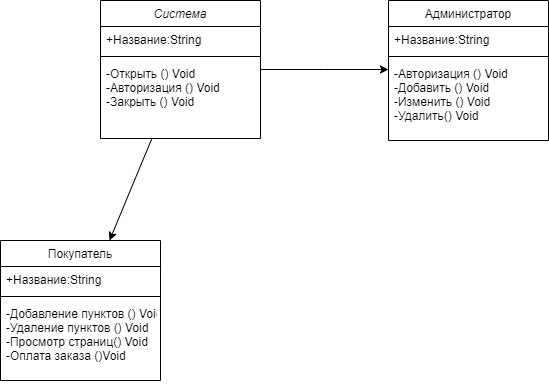
Earlier version of the draw.io export class diagram.png (GnomGrom97/FKC). Source tidied: cells renumbered, new cells last; positions are measured from the earlier drawing's top-left corner, leaving out a move shared by most shapes. The source it was exported from:
```xml
<mxGraphModel>
  <root>
    <mxCell id="0" />
    <mxCell id="1" parent="0" />
    <mxCell id="2" value="Система" style="swimlane;fontStyle=2;align=center;verticalAlign=top;horizontal=1;startSize=26;rounded=0;shadow=0;strokeWidth=1;" parent="1" vertex="1">
      <mxGeometry x="100" width="160" height="138" as="geometry" />
    </mxCell>
    <mxCell id="3" value="+Название:String" style="text;align=left;verticalAlign=top;spacingLeft=4;spacingRight=4;overflow=hidden;" parent="2" vertex="1">
      <mxGeometry y="26" width="160" height="26" as="geometry" />
    </mxCell>
    <mxCell id="4" style="line;html=1;strokeWidth=1;align=left;verticalAlign=middle;spacingTop=-1;spacingLeft=3;spacingRight=3;labelPosition=right;" parent="2" vertex="1">
      <mxGeometry y="52" width="160" height="8" as="geometry" />
    </mxCell>
    <mxCell id="5" value="-Открыть () Void&#10;-Авторизация () Void&#10;-Закрыть () Void" style="text;align=left;verticalAlign=top;spacingLeft=4;spacingRight=4;overflow=hidden;" parent="2" vertex="1">
      <mxGeometry y="60" width="160" height="60" as="geometry" />
    </mxCell>
    <mxCell id="6" value="Покупатель" style="swimlane;fontStyle=0;align=center;verticalAlign=top;horizontal=1;startSize=26;rounded=0;shadow=0;strokeWidth=1;" parent="1" vertex="1">
      <mxGeometry y="240" width="160" height="140" as="geometry" />
    </mxCell>
    <mxCell id="7" value="+Название:String" style="text;align=left;verticalAlign=top;spacingLeft=4;spacingRight=4;overflow=hidden;" parent="6" vertex="1">
      <mxGeometry y="26" width="160" height="26" as="geometry" />
    </mxCell>
    <mxCell id="8" style="line;html=1;strokeWidth=1;align=left;verticalAlign=middle;spacingTop=-1;spacingLeft=3;spacingRight=3;labelPosition=right;" parent="6" vertex="1">
      <mxGeometry y="52" width="160" height="8" as="geometry" />
    </mxCell>
    <mxCell id="9" value="-Добавление пунктов () Void&#10;-Удаление пунктов () Void&#10;-Просмотр страниц() Void&#10;-Оплата заказа ()Void" style="text;align=left;verticalAlign=top;spacingLeft=4;spacingRight=4;overflow=hidden;" parent="6" vertex="1">
      <mxGeometry y="60" width="160" height="80" as="geometry" />
    </mxCell>
    <mxCell id="10" style="endArrow=none;endSize=10;endFill=0;shadow=0;strokeWidth=1;rounded=0;elbow=vertical;sketch=0;jumpStyle=none;startArrow=classic;startFill=1;" parent="1" edge="1" source="6" target="2">
      <mxGeometry relative="1" as="geometry" />
    </mxCell>
    <mxCell id="11" value="Администратор" style="swimlane;fontStyle=0;align=center;verticalAlign=top;horizontal=1;startSize=26;rounded=0;shadow=0;strokeWidth=1;" parent="1" vertex="1">
      <mxGeometry x="388" width="160" height="140" as="geometry" />
    </mxCell>
    <mxCell id="12" value="+Название:String" style="text;align=left;verticalAlign=top;spacingLeft=4;spacingRight=4;overflow=hidden;" parent="11" vertex="1">
      <mxGeometry y="26" width="160" height="26" as="geometry" />
    </mxCell>
    <mxCell id="13" style="line;html=1;strokeWidth=1;align=left;verticalAlign=middle;spacingTop=-1;spacingLeft=3;spacingRight=3;labelPosition=right;" parent="11" vertex="1">
      <mxGeometry y="52" width="160" height="8" as="geometry" />
    </mxCell>
    <mxCell id="14" value="-Авторизация () Void&#10;-Добавить () Void&#10;-Изменить () Void&#10;-Удалить() Void&#10;" style="text;align=left;verticalAlign=top;spacingLeft=4;spacingRight=4;overflow=hidden;" parent="11" vertex="1">
      <mxGeometry y="60" width="160" height="80" as="geometry" />
    </mxCell>
    <mxCell id="15" style="endArrow=classic;shadow=0;strokeWidth=1;rounded=0;endFill=1;edgeStyle=elbowEdgeStyle;elbow=vertical;" parent="1" edge="1" source="2" target="11">
      <mxGeometry x="0.5" y="41" relative="1" as="geometry">
        <mxPoint x="-40" y="32" as="offset" />
      </mxGeometry>
    </mxCell>
  </root>
</mxGraphModel>
```
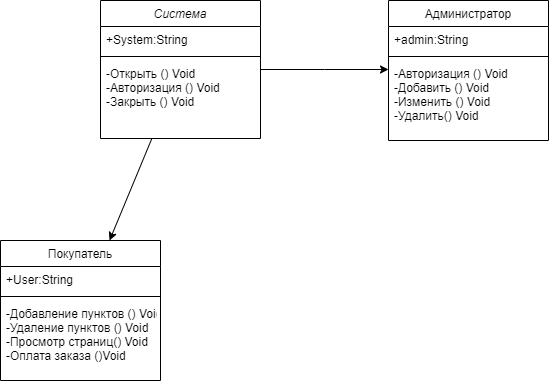
The same diagram one commit later.

The edit, as a diff of the source:
```diff
@@ -5,7 +5,7 @@
     <mxCell id="2" value="Система" style="swimlane;fontStyle=2;align=center;verticalAlign=top;horizontal=1;startSize=26;rounded=0;shadow=0;strokeWidth=1;" parent="1" vertex="1">
       <mxGeometry x="100" width="160" height="138" as="geometry" />
     </mxCell>
-    <mxCell id="3" value="+Название:String" style="text;align=left;verticalAlign=top;spacingLeft=4;spacingRight=4;overflow=hidden;" parent="2" vertex="1">
+    <mxCell id="3" value="+System:String" style="text;align=left;verticalAlign=top;spacingLeft=4;spacingRight=4;overflow=hidden;" parent="2" vertex="1">
       <mxGeometry y="26" width="160" height="26" as="geometry" />
     </mxCell>
     <mxCell id="4" style="line;html=1;strokeWidth=1;align=left;verticalAlign=middle;spacingTop=-1;spacingLeft=3;spacingRight=3;labelPosition=right;" parent="2" vertex="1">
@@ -17,7 +17,7 @@
     <mxCell id="6" value="Покупатель" style="swimlane;fontStyle=0;align=center;verticalAlign=top;horizontal=1;startSize=26;rounded=0;shadow=0;strokeWidth=1;" parent="1" vertex="1">
       <mxGeometry y="240" width="160" height="140" as="geometry" />
     </mxCell>
-    <mxCell id="7" value="+Название:String" style="text;align=left;verticalAlign=top;spacingLeft=4;spacingRight=4;overflow=hidden;" parent="6" vertex="1">
+    <mxCell id="7" value="+User:String" style="text;align=left;verticalAlign=top;spacingLeft=4;spacingRight=4;overflow=hidden;" parent="6" vertex="1">
       <mxGeometry y="26" width="160" height="26" as="geometry" />
     </mxCell>
     <mxCell id="8" style="line;html=1;strokeWidth=1;align=left;verticalAlign=middle;spacingTop=-1;spacingLeft=3;spacingRight=3;labelPosition=right;" parent="6" vertex="1">
@@ -32,7 +32,7 @@
     <mxCell id="11" value="Администратор" style="swimlane;fontStyle=0;align=center;verticalAlign=top;horizontal=1;startSize=26;rounded=0;shadow=0;strokeWidth=1;" parent="1" vertex="1">
       <mxGeometry x="388" width="160" height="140" as="geometry" />
     </mxCell>
-    <mxCell id="12" value="+Название:String" style="text;align=left;verticalAlign=top;spacingLeft=4;spacingRight=4;overflow=hidden;" parent="11" vertex="1">
+    <mxCell id="12" value="+admin:String" style="text;align=left;verticalAlign=top;spacingLeft=4;spacingRight=4;overflow=hidden;" parent="11" vertex="1">
       <mxGeometry y="26" width="160" height="26" as="geometry" />
     </mxCell>
     <mxCell id="13" style="line;html=1;strokeWidth=1;align=left;verticalAlign=middle;spacingTop=-1;spacingLeft=3;spacingRight=3;labelPosition=right;" parent="11" vertex="1">
```
